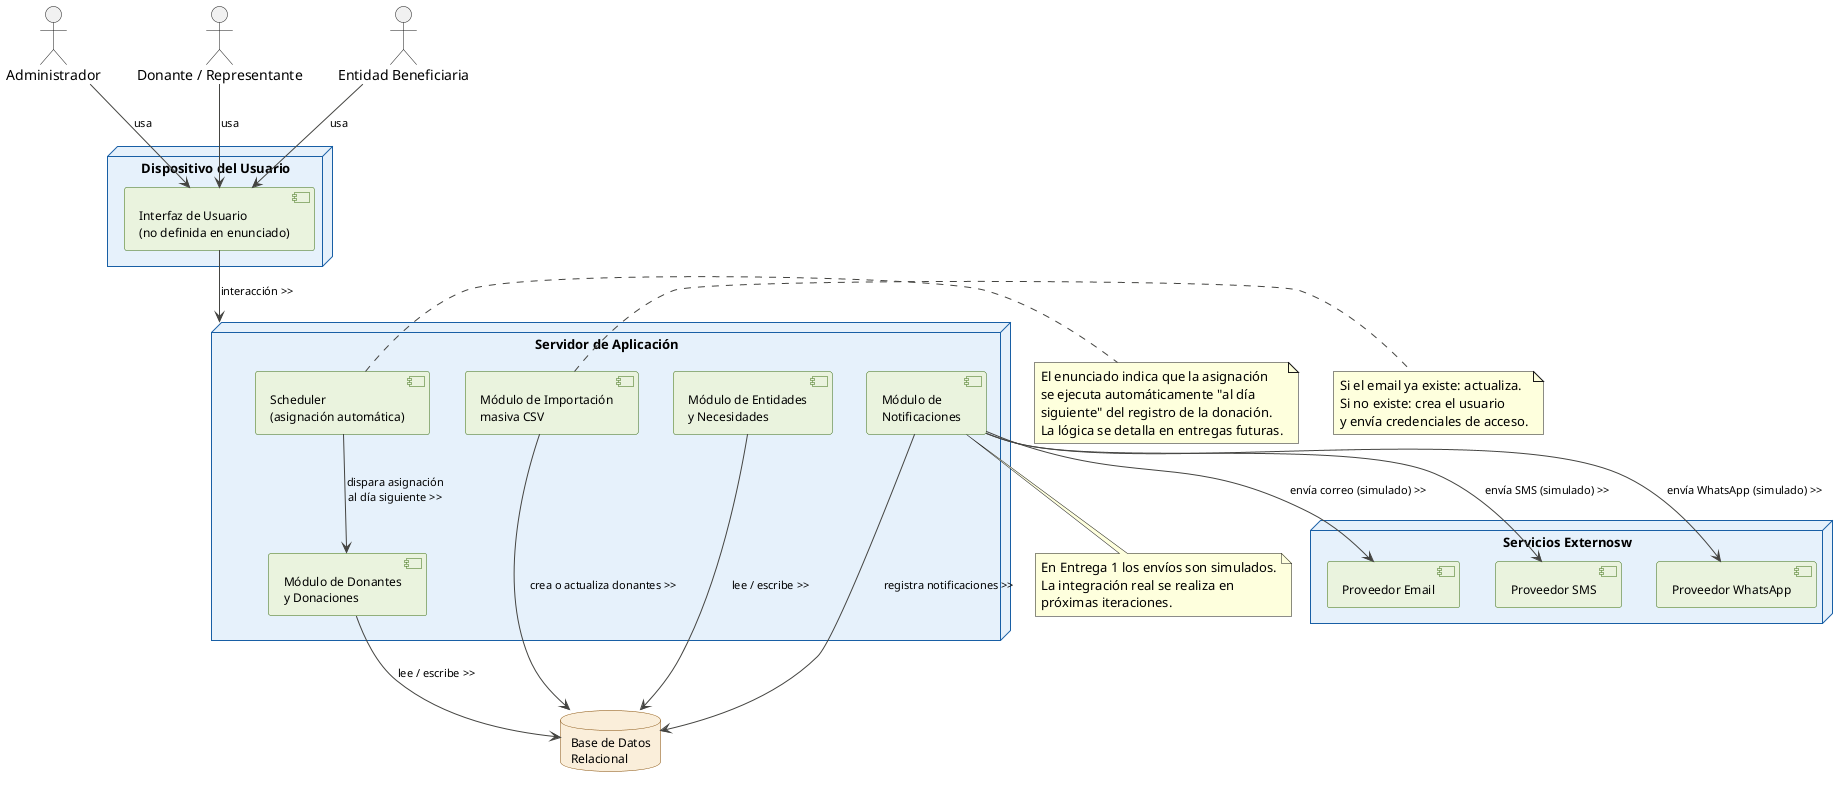
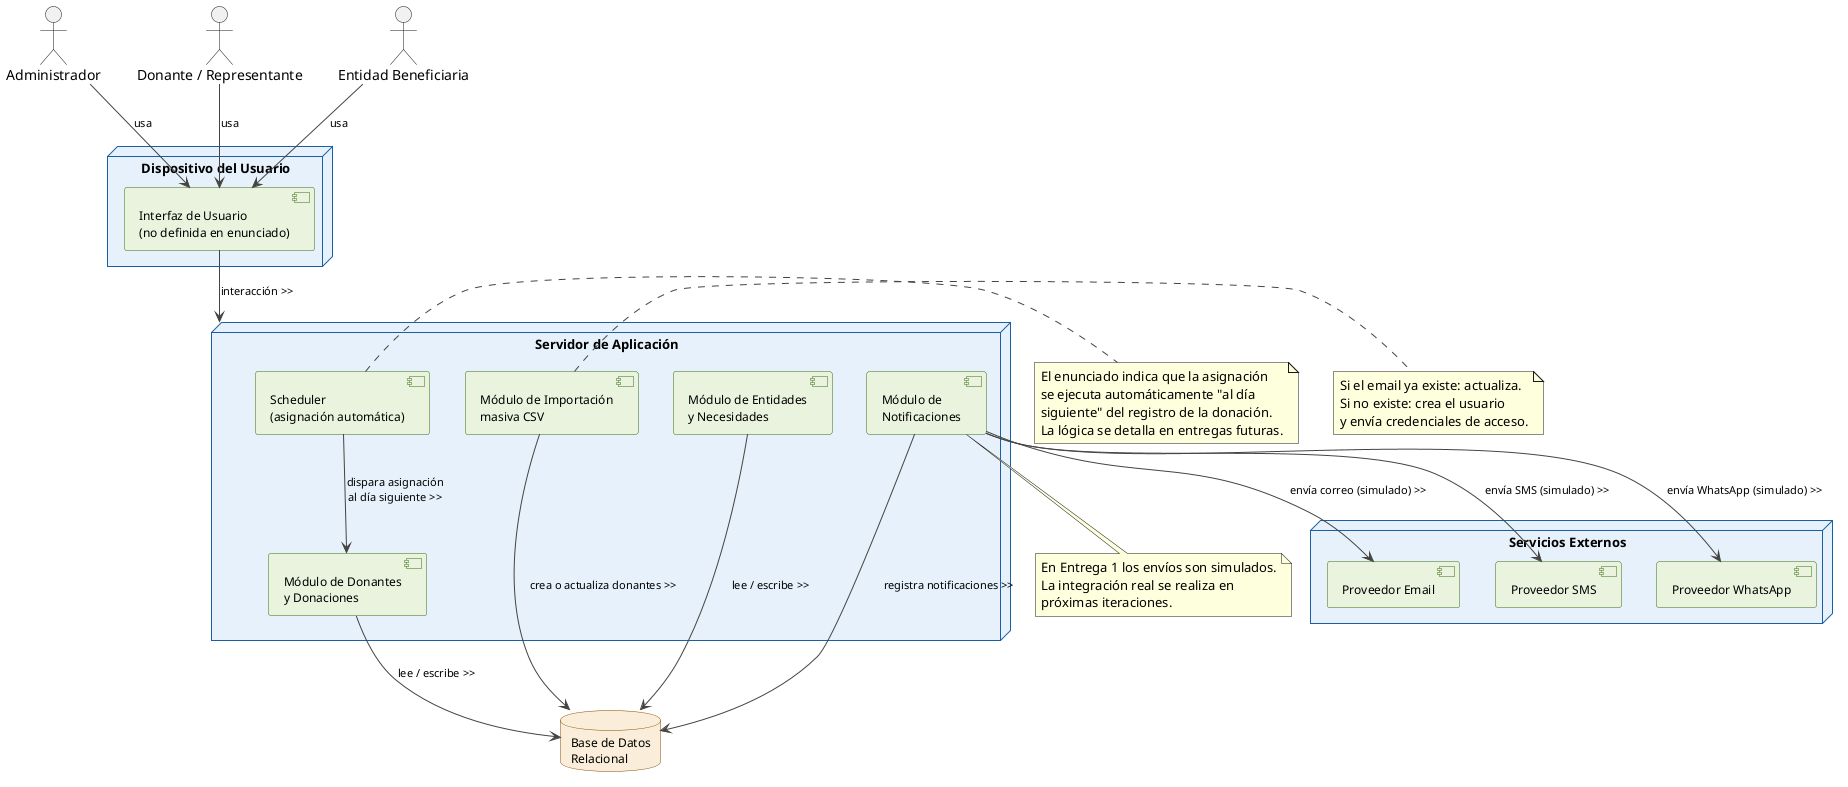
// URL: //www.plantuml.com/plantuml/png/bLJDRXit4BxlKmpKItgmMzLn4FXWH8fMG836AAB-N7mPaIEP3PVSyaUENVHX-W0z-H7qOXsIkrwj2hc8OTZScM_cc_ztFg0BiT6mi0P_TYW-mnai56uTDWYIO46-rOgsaQhAVrQcHTQ0iQpwimAOiyNMsMZaUwkjWs_gDylfSfuqrabodNJwzd8vksJfqffmWmt1p2dKdM2b7Wcc5zLV1mp2DgqrPC89cjdoOb4VqrpCtoocqvTfVXZHI0ouHdyYcUMihXUpOvQtbw-Nty-_XWMTi_UPedFnEltyJw1JTb6X28oVp6IZZFB1eRHk0kW1awHNf-QPGF0TVABMaISJqdS6ogBheRK9IgA4EHdQAA6GUJDkVI2egjHWzgjyQxqAQcT1aePVV6IrpNYX5TEKmWtDcdnWcTlW8-Dx-ArvPPBzHXcc1ZBy6mqpIVjjTXLLIhLGhiZj52UPx6SyUGA5sZ-PadFRUbQJEoRzk7-IKISEw4hXRyr3VWl569_D6oi7oKa7NO6AXniIvDFduABNd_RmWOKkbBXlJODUxH3UhtxjFV3pbEsjkR51SHkEuixIiT5At15RaUFoCiNM54B066op_pkmZr9TtmDJaP_dVJ9FVrF1C5ZEzHFfp8cwJCrwr13MUAY_17B6-lkCeFo5-hWNFpcx8qeTh1jKkc3JQxKJfv2hZwiIQkDVGFrsXy7FsZP3xp4XEQEy271sTWrHmHL4ZrKtycFXuNoFDLLKIJ2C5yjL6cCKfQJNrrKr6fuCbsl6QKfRHruujQO472RaPLWUWm4W725OG14YQlM8_Thw1Eu7O80xskPh06OqBWdytEwC7eTz1LBvT9BWO69kKnFb_Xy4biMorEndpDfta5sGsIMmiCwHXLTUDL6dLJwED7LpPC5TVWb-ZoDqt-qZauep9d1gUnV0RWw66w3Mms41PQGI27z40ZrAbu6UW7ud4GCURakJCvzqnQXWACSa7R--vdd5TMvGSNZEq1yHzFvfcnZpLWNKkhjqWUtGmoQ6wD2VLsGaf1oECXaEmqe1wL9mU43UCsQbgs4qpWl6s5vLXeTjOhcth7zuxf8ZIQaacdmA78KWR_yJnTe6haCEOpWsjO6wX0zJqDONd_pVMmDzKtn9Fo_CrdKto17gL0X7PPWfLRrr-wSlga4FAf0h8pcgnpj-naR_2m00

@startuml DonaTrack - Diagrama de Despliegue

skinparam node {
  BackgroundColor #E6F1FB
  BorderColor #185FA5
  FontName Arial
  FontSize 13
}
skinparam component {
  BackgroundColor #EAF3DE
  BorderColor #3B6D11
  FontName Arial
  FontSize 12
}
skinparam database {
  BackgroundColor #FAEEDA
  BorderColor #854F0B
  FontName Arial
  FontSize 12
}
skinparam arrow {
  Color #444441
  FontName Arial
  FontSize 11
}

actor "Administrador" as admin
actor "Donante / Representante" as donante
actor "Entidad Beneficiaria" as beneficiaria

node "Dispositivo del Usuario" as cliente {
  component "Interfaz de Usuario\n(no definida en enunciado)" as ui
}

node "Servidor de Aplicación" as appserver {
  component "Módulo de Donantes\ny Donaciones" as modDonaciones
  component "Módulo de Entidades\ny Necesidades" as modEntidades
  component "Módulo de Importación\nmasiva CSV" as modCSV
  component "Módulo de\nNotificaciones" as modNotif
  component "Scheduler\n(asignación automática)" as scheduler
}

database "Base de Datos\nRelacional" as db

- node "Servicios Externosw" as external {
+ node "Servicios Externos" as external {
  component "Proveedor Email" as emailSvc
  component "Proveedor SMS" as smsSvc
  component "Proveedor WhatsApp" as waSvc
}

admin --> ui : usa
donante --> ui : usa
beneficiaria --> ui : usa

ui --> appserver : interacción >>

modDonaciones --> db : lee / escribe >>
modEntidades --> db : lee / escribe >>
modCSV --> db : crea o actualiza donantes >>
modNotif --> db : registra notificaciones >>
scheduler --> modDonaciones : dispara asignación\nal día siguiente >>

modNotif --> emailSvc : envía correo (simulado) >>
modNotif --> smsSvc : envía SMS (simulado) >>
modNotif --> waSvc : envía WhatsApp (simulado) >>

note right of scheduler
  El enunciado indica que la asignación
  se ejecuta automáticamente "al día
  siguiente" del registro de la donación.
  La lógica se detalla en entregas futuras.
end note

note right of modCSV
  Si el email ya existe: actualiza.
  Si no existe: crea el usuario
  y envía credenciales de acceso.
end note

note bottom of modNotif
  En Entrega 1 los envíos son simulados.
  La integración real se realiza en
  próximas iteraciones.
end note

@enduml